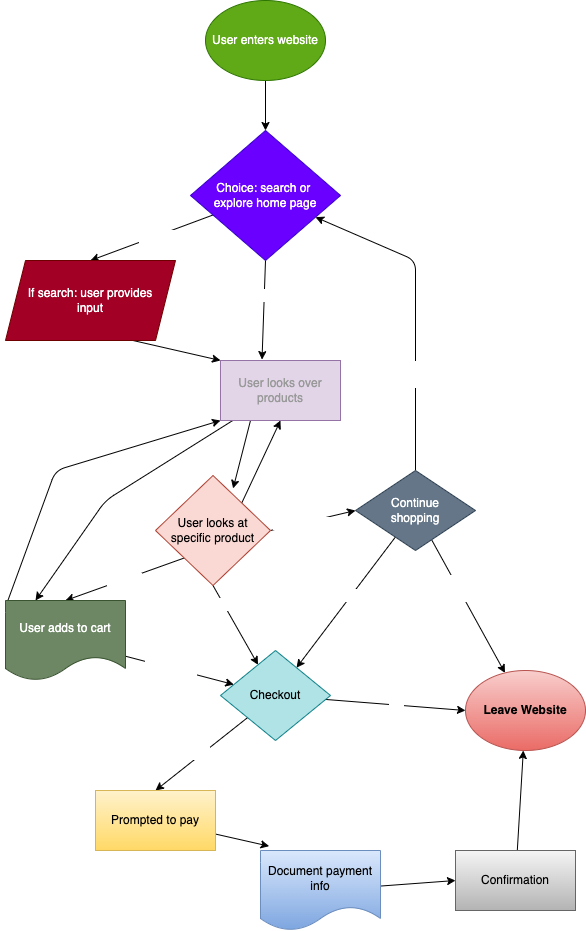
Earlier version of the draw.io export explore/diagramming/diagram.drawio.png (Steven-Hsu1/sp23-cse110-lab4). Source tidied: cells renumbered, new cells last; positions are measured from the earlier drawing's top-left corner, leaving out a move shared by most shapes. Source of this version:
```xml
<mxGraphModel>
  <root>
    <mxCell id="0" />
    <mxCell id="1" parent="0" />
    <mxCell id="2" style="edgeStyle=none;html=1;exitX=0.5;exitY=1;exitDx=0;exitDy=0;" parent="1" edge="1" source="3" target="8">
      <mxGeometry relative="1" as="geometry" />
    </mxCell>
    <mxCell id="3" value="User enters website" style="ellipse;whiteSpace=wrap;html=1;fillColor=#60a917;fontColor=#ffffff;strokeColor=#2D7600;" parent="1" vertex="1">
      <mxGeometry x="200" width="120" height="80" as="geometry" />
    </mxCell>
    <mxCell id="4" style="edgeStyle=none;html=1;entryX=0.5;entryY=0;entryDx=0;entryDy=0;fontColor=none;" parent="1" edge="1" source="8" target="10">
      <mxGeometry relative="1" as="geometry" />
    </mxCell>
    <mxCell id="5" value="&lt;font color=&quot;#ffffff&quot;&gt;Search&lt;/font&gt;" style="edgeLabel;html=1;align=center;verticalAlign=middle;fontColor=#000000;" parent="4" vertex="1">
      <mxGeometry x="-0.07" relative="1" as="geometry">
        <mxPoint x="-1" as="offset" />
      </mxGeometry>
    </mxCell>
    <mxCell id="6" style="edgeStyle=none;html=1;exitX=0.5;exitY=1;exitDx=0;exitDy=0;entryX=0.346;entryY=-0.015;entryDx=0;entryDy=0;entryPerimeter=0;fontColor=#999999;" parent="1" edge="1" source="8" target="13">
      <mxGeometry relative="1" as="geometry" />
    </mxCell>
    <mxCell id="7" value="Explore" style="edgeLabel;html=1;align=center;verticalAlign=middle;fontColor=#FFFFFF;" parent="6" vertex="1">
      <mxGeometry x="-0.32" relative="1" as="geometry" />
    </mxCell>
    <mxCell id="8" value="&lt;div style=&quot;&quot;&gt;&lt;span style=&quot;background-color: initial;&quot;&gt;Choice: search or&amp;nbsp;&lt;/span&gt;&lt;/div&gt;&lt;div style=&quot;&quot;&gt;&lt;span style=&quot;background-color: initial;&quot;&gt;explore home page&lt;/span&gt;&lt;/div&gt;" style="rhombus;whiteSpace=wrap;html=1;align=center;fillColor=#6a00ff;fontColor=#ffffff;strokeColor=#3700CC;" parent="1" vertex="1">
      <mxGeometry x="185" y="130" width="150" height="130" as="geometry" />
    </mxCell>
    <mxCell id="9" style="edgeStyle=none;html=1;exitX=0.75;exitY=1;exitDx=0;exitDy=0;entryX=0;entryY=0;entryDx=0;entryDy=0;fontColor=#999999;" parent="1" edge="1" source="10" target="13">
      <mxGeometry relative="1" as="geometry" />
    </mxCell>
    <mxCell id="10" value="If search: user provides&lt;br&gt;input" style="shape=parallelogram;perimeter=parallelogramPerimeter;whiteSpace=wrap;html=1;fixedSize=1;labelBackgroundColor=none;fontColor=#ffffff;fillColor=#a20025;strokeColor=#6F0000;" parent="1" vertex="1">
      <mxGeometry y="260" width="170" height="80" as="geometry" />
    </mxCell>
    <mxCell id="11" style="edgeStyle=none;html=1;exitX=0.25;exitY=1;exitDx=0;exitDy=0;entryX=0.675;entryY=0.118;entryDx=0;entryDy=0;fontColor=#999999;entryPerimeter=0;" parent="1" edge="1" source="13" target="31">
      <mxGeometry relative="1" as="geometry" />
    </mxCell>
    <mxCell id="12" style="edgeStyle=none;html=1;entryX=0.25;entryY=0;entryDx=0;entryDy=0;fontColor=#999999;" parent="1" edge="1" source="13" target="19">
      <mxGeometry relative="1" as="geometry">
        <Array as="points">
          <mxPoint x="100" y="500" />
        </Array>
      </mxGeometry>
    </mxCell>
    <mxCell id="13" value="&lt;font color=&quot;#999999&quot;&gt;User looks over products&lt;/font&gt;" style="rounded=0;whiteSpace=wrap;html=1;labelBackgroundColor=none;fillColor=#e1d5e7;strokeColor=#9673a6;" parent="1" vertex="1">
      <mxGeometry x="215" y="360" width="120" height="60" as="geometry" />
    </mxCell>
    <mxCell id="14" value="&lt;font color=&quot;#ffffff&quot;&gt;Likes it&lt;/font&gt;" style="edgeStyle=none;html=1;exitX=0;exitY=1;exitDx=0;exitDy=0;entryX=0.5;entryY=0;entryDx=0;entryDy=0;fontColor=#999999;" parent="1" edge="1" source="31" target="19">
      <mxGeometry relative="1" as="geometry" />
    </mxCell>
    <mxCell id="15" style="edgeStyle=none;html=1;entryX=0.5;entryY=1;entryDx=0;entryDy=0;fontColor=#999999;exitX=1;exitY=0;exitDx=0;exitDy=0;" parent="1" edge="1" source="31" target="13">
      <mxGeometry relative="1" as="geometry" />
    </mxCell>
    <mxCell id="16" style="edgeStyle=none;html=1;entryX=0;entryY=1;entryDx=0;entryDy=0;fontColor=#999999;exitX=0.019;exitY=0.004;exitDx=0;exitDy=0;exitPerimeter=0;" parent="1" edge="1" source="19" target="13">
      <mxGeometry relative="1" as="geometry">
        <Array as="points">
          <mxPoint x="50" y="470" />
        </Array>
      </mxGeometry>
    </mxCell>
    <mxCell id="17" style="edgeStyle=none;html=1;fontColor=#FFFFFF;" parent="1" edge="1" source="19" target="34">
      <mxGeometry relative="1" as="geometry" />
    </mxCell>
    <mxCell id="18" value="Checksout&lt;br&gt;through&lt;br&gt;cart" style="edgeLabel;html=1;align=center;verticalAlign=middle;fontColor=#FFFFFF;" parent="17" vertex="1">
      <mxGeometry x="-0.17" relative="1" as="geometry">
        <mxPoint y="-1" as="offset" />
      </mxGeometry>
    </mxCell>
    <mxCell id="19" value="User adds to cart" style="shape=document;whiteSpace=wrap;html=1;boundedLbl=1;labelBackgroundColor=none;fontColor=#ffffff;fillColor=#6d8764;strokeColor=#3A5431;" parent="1" vertex="1">
      <mxGeometry y="600" width="120" height="80" as="geometry" />
    </mxCell>
    <mxCell id="20" style="edgeStyle=none;html=1;exitX=0.5;exitY=0;exitDx=0;exitDy=0;fontColor=#999999;" parent="1" edge="1" source="26" target="8">
      <mxGeometry relative="1" as="geometry">
        <Array as="points">
          <mxPoint x="410" y="260" />
        </Array>
      </mxGeometry>
    </mxCell>
    <mxCell id="21" value="Chooses continue &lt;br&gt;shopping" style="edgeLabel;html=1;align=center;verticalAlign=middle;fontColor=#FFFFFF;" parent="20" vertex="1">
      <mxGeometry x="-0.4" y="-2" relative="1" as="geometry" />
    </mxCell>
    <mxCell id="22" style="edgeStyle=none;html=1;fontColor=#000000;" parent="1" edge="1" source="26" target="34">
      <mxGeometry relative="1" as="geometry" />
    </mxCell>
    <mxCell id="23" value="Decides to checkout&lt;br&gt;" style="edgeLabel;html=1;align=center;verticalAlign=middle;fontColor=#FFFFFF;" parent="22" vertex="1">
      <mxGeometry x="-0.11" y="1" relative="1" as="geometry">
        <mxPoint y="-1" as="offset" />
      </mxGeometry>
    </mxCell>
    <mxCell id="24" style="edgeStyle=none;html=1;fontColor=#000000;" parent="1" edge="1" source="26" target="35">
      <mxGeometry relative="1" as="geometry" />
    </mxCell>
    <mxCell id="25" value="Choose no more&lt;br&gt;shopping" style="edgeLabel;html=1;align=center;verticalAlign=middle;fontColor=#FFFFFF;" parent="24" vertex="1">
      <mxGeometry x="-0.27" y="2" relative="1" as="geometry">
        <mxPoint x="-1" as="offset" />
      </mxGeometry>
    </mxCell>
    <mxCell id="26" value="Continue&lt;br&gt;shopping" style="rhombus;whiteSpace=wrap;html=1;labelBackgroundColor=none;fontColor=#ffffff;fillColor=#647687;strokeColor=#314354;" parent="1" vertex="1">
      <mxGeometry x="350" y="470" width="120" height="80" as="geometry" />
    </mxCell>
    <mxCell id="27" style="edgeStyle=none;html=1;exitX=1;exitY=0.5;exitDx=0;exitDy=0;entryX=0;entryY=0.5;entryDx=0;entryDy=0;fontColor=#999999;" parent="1" edge="1" source="31" target="26">
      <mxGeometry relative="1" as="geometry" />
    </mxCell>
    <mxCell id="28" value="Decides not to" style="edgeLabel;html=1;align=center;verticalAlign=middle;fontColor=#FFFFFF;" parent="27" vertex="1">
      <mxGeometry x="-0.16" y="-1" relative="1" as="geometry">
        <mxPoint x="1" as="offset" />
      </mxGeometry>
    </mxCell>
    <mxCell id="29" style="edgeStyle=none;html=1;exitX=0.5;exitY=1;exitDx=0;exitDy=0;fontColor=#000000;" parent="1" edge="1" source="31" target="34">
      <mxGeometry relative="1" as="geometry" />
    </mxCell>
    <mxCell id="30" value="&lt;font color=&quot;#ffffff&quot;&gt;Directly Buys it&lt;/font&gt;" style="edgeLabel;html=1;align=center;verticalAlign=middle;fontColor=#000000;" parent="29" vertex="1">
      <mxGeometry x="-0.48" y="2" relative="1" as="geometry">
        <mxPoint y="-1" as="offset" />
      </mxGeometry>
    </mxCell>
    <mxCell id="31" value="&lt;span style=&quot;color: rgb(0, 0, 0);&quot;&gt;User looks at specific product&lt;/span&gt;" style="rhombus;whiteSpace=wrap;html=1;labelBackgroundColor=none;fillColor=#fad9d5;strokeColor=#ae4132;" parent="1" vertex="1">
      <mxGeometry x="150" y="475" width="115" height="110" as="geometry" />
    </mxCell>
    <mxCell id="32" value="&lt;font color=&quot;#ffffff&quot;&gt;Yes&lt;/font&gt;" style="edgeStyle=none;html=1;entryX=0.5;entryY=0;entryDx=0;entryDy=0;fontColor=#000000;" parent="1" edge="1" source="34" target="37">
      <mxGeometry relative="1" as="geometry" />
    </mxCell>
    <mxCell id="33" value="No" style="edgeStyle=none;html=1;entryX=0;entryY=0.5;entryDx=0;entryDy=0;fontColor=#FFFFFF;" parent="1" edge="1" source="34" target="35">
      <mxGeometry relative="1" as="geometry" />
    </mxCell>
    <mxCell id="34" value="&lt;font color=&quot;#000000&quot;&gt;Checkout&lt;/font&gt;" style="rhombus;whiteSpace=wrap;html=1;labelBackgroundColor=none;fillColor=#b0e3e6;strokeColor=#0e8088;" parent="1" vertex="1">
      <mxGeometry x="215" y="650" width="110" height="90" as="geometry" />
    </mxCell>
    <mxCell id="35" value="&lt;b&gt;Leave Website&lt;/b&gt;" style="ellipse;whiteSpace=wrap;html=1;labelBackgroundColor=none;fillColor=#f8cecc;gradientColor=#ea6b66;strokeColor=#b85450;" parent="1" vertex="1">
      <mxGeometry x="460" y="670" width="120" height="80" as="geometry" />
    </mxCell>
    <mxCell id="36" style="edgeStyle=none;html=1;entryX=0.072;entryY=-0.054;entryDx=0;entryDy=0;entryPerimeter=0;fontColor=#FFFFFF;" parent="1" edge="1" source="37" target="39">
      <mxGeometry relative="1" as="geometry" />
    </mxCell>
    <mxCell id="37" value="&lt;font color=&quot;#000000&quot;&gt;Prompted to pay&lt;/font&gt;" style="rounded=0;whiteSpace=wrap;html=1;labelBackgroundColor=none;fillColor=#fff2cc;gradientColor=#ffd966;strokeColor=#d6b656;" parent="1" vertex="1">
      <mxGeometry x="90" y="790" width="120" height="60" as="geometry" />
    </mxCell>
    <mxCell id="38" style="edgeStyle=none;html=1;entryX=0;entryY=0.5;entryDx=0;entryDy=0;fontColor=#000000;" parent="1" edge="1" source="39" target="41">
      <mxGeometry relative="1" as="geometry" />
    </mxCell>
    <mxCell id="39" value="&lt;font color=&quot;#000000&quot;&gt;Document payment info&lt;/font&gt;" style="shape=document;whiteSpace=wrap;html=1;boundedLbl=1;labelBackgroundColor=none;fillColor=#dae8fc;gradientColor=#7ea6e0;strokeColor=#6c8ebf;" parent="1" vertex="1">
      <mxGeometry x="255" y="850" width="120" height="80" as="geometry" />
    </mxCell>
    <mxCell id="40" style="edgeStyle=none;html=1;fontColor=#000000;" parent="1" edge="1" source="41" target="35">
      <mxGeometry relative="1" as="geometry" />
    </mxCell>
    <mxCell id="41" value="&lt;font color=&quot;#000000&quot;&gt;Confirmation&lt;/font&gt;" style="rounded=0;whiteSpace=wrap;html=1;labelBackgroundColor=none;fillColor=#f5f5f5;gradientColor=#b3b3b3;strokeColor=#666666;" parent="1" vertex="1">
      <mxGeometry x="450" y="850" width="120" height="60" as="geometry" />
    </mxCell>
  </root>
</mxGraphModel>
```
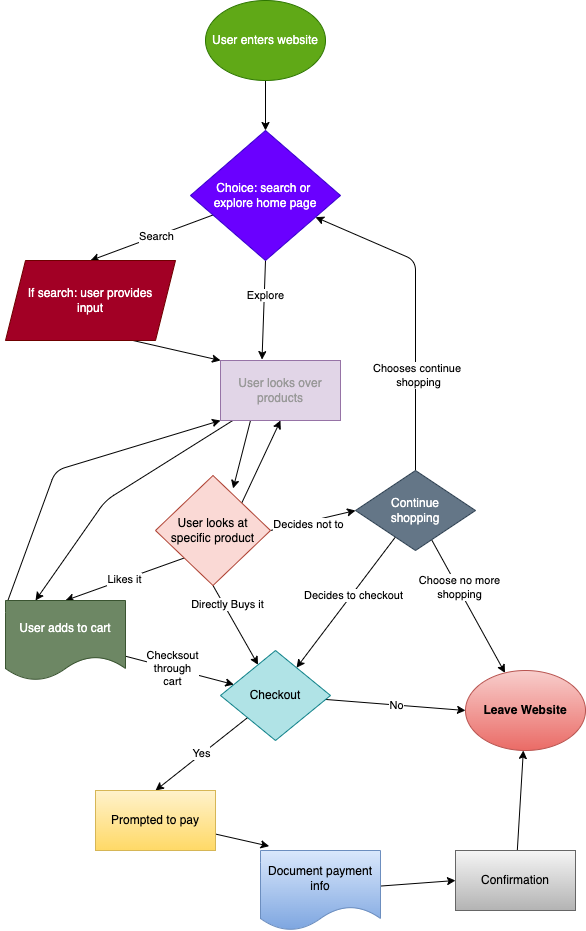
Above is the later version.

Commit message:
fix for diagram arrow messages not being seen on github

What changed in the source:
```diff
@@ -11,7 +11,7 @@
     <mxCell id="4" style="edgeStyle=none;html=1;entryX=0.5;entryY=0;entryDx=0;entryDy=0;fontColor=none;" parent="1" edge="1" source="8" target="10">
       <mxGeometry relative="1" as="geometry" />
     </mxCell>
-    <mxCell id="5" value="&lt;font color=&quot;#ffffff&quot;&gt;Search&lt;/font&gt;" style="edgeLabel;html=1;align=center;verticalAlign=middle;fontColor=#000000;" parent="4" vertex="1">
+    <mxCell id="5" value="&lt;span style=&quot;background-color: rgb(255, 255, 255);&quot;&gt;Search&lt;/span&gt;" style="edgeLabel;html=1;align=center;verticalAlign=middle;fontColor=#000000;" parent="4" vertex="1">
       <mxGeometry x="-0.07" relative="1" as="geometry">
         <mxPoint x="-1" as="offset" />
       </mxGeometry>
@@ -19,7 +19,7 @@
     <mxCell id="6" style="edgeStyle=none;html=1;exitX=0.5;exitY=1;exitDx=0;exitDy=0;entryX=0.346;entryY=-0.015;entryDx=0;entryDy=0;entryPerimeter=0;fontColor=#999999;" parent="1" edge="1" source="8" target="13">
       <mxGeometry relative="1" as="geometry" />
     </mxCell>
-    <mxCell id="7" value="Explore" style="edgeLabel;html=1;align=center;verticalAlign=middle;fontColor=#FFFFFF;" parent="6" vertex="1">
+    <mxCell id="7" value="&lt;font style=&quot;background-color: rgb(255, 255, 255);&quot; color=&quot;#000000&quot;&gt;Explore&lt;/font&gt;" style="edgeLabel;html=1;align=center;verticalAlign=middle;fontColor=#FFFFFF;" parent="6" vertex="1">
       <mxGeometry x="-0.32" relative="1" as="geometry" />
     </mxCell>
     <mxCell id="8" value="&lt;div style=&quot;&quot;&gt;&lt;span style=&quot;background-color: initial;&quot;&gt;Choice: search or&amp;nbsp;&lt;/span&gt;&lt;/div&gt;&lt;div style=&quot;&quot;&gt;&lt;span style=&quot;background-color: initial;&quot;&gt;explore home page&lt;/span&gt;&lt;/div&gt;" style="rhombus;whiteSpace=wrap;html=1;align=center;fillColor=#6a00ff;fontColor=#ffffff;strokeColor=#3700CC;" parent="1" vertex="1">
@@ -44,7 +44,7 @@
     <mxCell id="13" value="&lt;font color=&quot;#999999&quot;&gt;User looks over products&lt;/font&gt;" style="rounded=0;whiteSpace=wrap;html=1;labelBackgroundColor=none;fillColor=#e1d5e7;strokeColor=#9673a6;" parent="1" vertex="1">
       <mxGeometry x="215" y="360" width="120" height="60" as="geometry" />
     </mxCell>
-    <mxCell id="14" value="&lt;font color=&quot;#ffffff&quot;&gt;Likes it&lt;/font&gt;" style="edgeStyle=none;html=1;exitX=0;exitY=1;exitDx=0;exitDy=0;entryX=0.5;entryY=0;entryDx=0;entryDy=0;fontColor=#999999;" parent="1" edge="1" source="31" target="19">
+    <mxCell id="14" value="&lt;font style=&quot;background-color: rgb(255, 255, 255);&quot; color=&quot;#000000&quot;&gt;Likes it&lt;/font&gt;" style="edgeStyle=none;html=1;exitX=0;exitY=1;exitDx=0;exitDy=0;entryX=0.5;entryY=0;entryDx=0;entryDy=0;fontColor=#999999;" parent="1" edge="1" source="31" target="19">
       <mxGeometry relative="1" as="geometry" />
     </mxCell>
     <mxCell id="15" style="edgeStyle=none;html=1;entryX=0.5;entryY=1;entryDx=0;entryDy=0;fontColor=#999999;exitX=1;exitY=0;exitDx=0;exitDy=0;" parent="1" edge="1" source="31" target="13">
@@ -60,7 +60,7 @@
     <mxCell id="17" style="edgeStyle=none;html=1;fontColor=#FFFFFF;" parent="1" edge="1" source="19" target="34">
       <mxGeometry relative="1" as="geometry" />
     </mxCell>
-    <mxCell id="18" value="Checksout&lt;br&gt;through&lt;br&gt;cart" style="edgeLabel;html=1;align=center;verticalAlign=middle;fontColor=#FFFFFF;" parent="17" vertex="1">
+    <mxCell id="18" value="&lt;font style=&quot;background-color: rgb(255, 255, 255);&quot; color=&quot;#000000&quot;&gt;Checksout&lt;br&gt;through&lt;br&gt;cart&lt;/font&gt;" style="edgeLabel;html=1;align=center;verticalAlign=middle;fontColor=#FFFFFF;" parent="17" vertex="1">
       <mxGeometry x="-0.17" relative="1" as="geometry">
         <mxPoint y="-1" as="offset" />
       </mxGeometry>
@@ -75,13 +75,13 @@
         </Array>
       </mxGeometry>
     </mxCell>
-    <mxCell id="21" value="Chooses continue &lt;br&gt;shopping" style="edgeLabel;html=1;align=center;verticalAlign=middle;fontColor=#FFFFFF;" parent="20" vertex="1">
+    <mxCell id="21" value="&lt;font style=&quot;background-color: rgb(255, 255, 255);&quot; color=&quot;#000000&quot;&gt;Chooses continue &lt;br&gt;shopping&lt;/font&gt;" style="edgeLabel;html=1;align=center;verticalAlign=middle;fontColor=#FFFFFF;" parent="20" vertex="1">
       <mxGeometry x="-0.4" y="-2" relative="1" as="geometry" />
     </mxCell>
     <mxCell id="22" style="edgeStyle=none;html=1;fontColor=#000000;" parent="1" edge="1" source="26" target="34">
       <mxGeometry relative="1" as="geometry" />
     </mxCell>
-    <mxCell id="23" value="Decides to checkout&lt;br&gt;" style="edgeLabel;html=1;align=center;verticalAlign=middle;fontColor=#FFFFFF;" parent="22" vertex="1">
+    <mxCell id="23" value="&lt;font style=&quot;background-color: rgb(255, 255, 255);&quot; color=&quot;#000000&quot;&gt;Decides to checkout&lt;/font&gt;" style="edgeLabel;html=1;align=center;verticalAlign=middle;fontColor=#FFFFFF;" parent="22" vertex="1">
       <mxGeometry x="-0.11" y="1" relative="1" as="geometry">
         <mxPoint y="-1" as="offset" />
       </mxGeometry>
@@ -89,7 +89,7 @@
     <mxCell id="24" style="edgeStyle=none;html=1;fontColor=#000000;" parent="1" edge="1" source="26" target="35">
       <mxGeometry relative="1" as="geometry" />
     </mxCell>
-    <mxCell id="25" value="Choose no more&lt;br&gt;shopping" style="edgeLabel;html=1;align=center;verticalAlign=middle;fontColor=#FFFFFF;" parent="24" vertex="1">
+    <mxCell id="25" value="&lt;font style=&quot;background-color: rgb(255, 255, 255);&quot; color=&quot;#000000&quot;&gt;Choose no more&lt;br&gt;shopping&lt;/font&gt;" style="edgeLabel;html=1;align=center;verticalAlign=middle;fontColor=#FFFFFF;" parent="24" vertex="1">
       <mxGeometry x="-0.27" y="2" relative="1" as="geometry">
         <mxPoint x="-1" as="offset" />
       </mxGeometry>
@@ -100,7 +100,7 @@
     <mxCell id="27" style="edgeStyle=none;html=1;exitX=1;exitY=0.5;exitDx=0;exitDy=0;entryX=0;entryY=0.5;entryDx=0;entryDy=0;fontColor=#999999;" parent="1" edge="1" source="31" target="26">
       <mxGeometry relative="1" as="geometry" />
     </mxCell>
-    <mxCell id="28" value="Decides not to" style="edgeLabel;html=1;align=center;verticalAlign=middle;fontColor=#FFFFFF;" parent="27" vertex="1">
+    <mxCell id="28" value="&lt;font style=&quot;background-color: rgb(255, 255, 255);&quot; color=&quot;#000000&quot;&gt;Decides not to&lt;/font&gt;" style="edgeLabel;html=1;align=center;verticalAlign=middle;fontColor=#FFFFFF;" parent="27" vertex="1">
       <mxGeometry x="-0.16" y="-1" relative="1" as="geometry">
         <mxPoint x="1" as="offset" />
       </mxGeometry>
@@ -108,7 +108,7 @@
     <mxCell id="29" style="edgeStyle=none;html=1;exitX=0.5;exitY=1;exitDx=0;exitDy=0;fontColor=#000000;" parent="1" edge="1" source="31" target="34">
       <mxGeometry relative="1" as="geometry" />
     </mxCell>
-    <mxCell id="30" value="&lt;font color=&quot;#ffffff&quot;&gt;Directly Buys it&lt;/font&gt;" style="edgeLabel;html=1;align=center;verticalAlign=middle;fontColor=#000000;" parent="29" vertex="1">
+    <mxCell id="30" value="&lt;span style=&quot;background-color: rgb(255, 255, 255);&quot;&gt;Directly Buys it&lt;/span&gt;" style="edgeLabel;html=1;align=center;verticalAlign=middle;fontColor=#000000;" parent="29" vertex="1">
       <mxGeometry x="-0.48" y="2" relative="1" as="geometry">
         <mxPoint y="-1" as="offset" />
       </mxGeometry>
@@ -116,10 +116,10 @@
     <mxCell id="31" value="&lt;span style=&quot;color: rgb(0, 0, 0);&quot;&gt;User looks at specific product&lt;/span&gt;" style="rhombus;whiteSpace=wrap;html=1;labelBackgroundColor=none;fillColor=#fad9d5;strokeColor=#ae4132;" parent="1" vertex="1">
       <mxGeometry x="150" y="475" width="115" height="110" as="geometry" />
     </mxCell>
-    <mxCell id="32" value="&lt;font color=&quot;#ffffff&quot;&gt;Yes&lt;/font&gt;" style="edgeStyle=none;html=1;entryX=0.5;entryY=0;entryDx=0;entryDy=0;fontColor=#000000;" parent="1" edge="1" source="34" target="37">
+    <mxCell id="32" value="&lt;span style=&quot;background-color: rgb(255, 255, 255);&quot;&gt;Yes&lt;/span&gt;" style="edgeStyle=none;html=1;entryX=0.5;entryY=0;entryDx=0;entryDy=0;fontColor=#000000;" parent="1" edge="1" source="34" target="37">
       <mxGeometry relative="1" as="geometry" />
     </mxCell>
-    <mxCell id="33" value="No" style="edgeStyle=none;html=1;entryX=0;entryY=0.5;entryDx=0;entryDy=0;fontColor=#FFFFFF;" parent="1" edge="1" source="34" target="35">
+    <mxCell id="33" value="&lt;font style=&quot;background-color: rgb(255, 255, 255);&quot; color=&quot;#000000&quot;&gt;No&lt;/font&gt;" style="edgeStyle=none;html=1;entryX=0;entryY=0.5;entryDx=0;entryDy=0;fontColor=#FFFFFF;" parent="1" edge="1" source="34" target="35">
       <mxGeometry relative="1" as="geometry" />
     </mxCell>
     <mxCell id="34" value="&lt;font color=&quot;#000000&quot;&gt;Checkout&lt;/font&gt;" style="rhombus;whiteSpace=wrap;html=1;labelBackgroundColor=none;fillColor=#b0e3e6;strokeColor=#0e8088;" parent="1" vertex="1">
```
